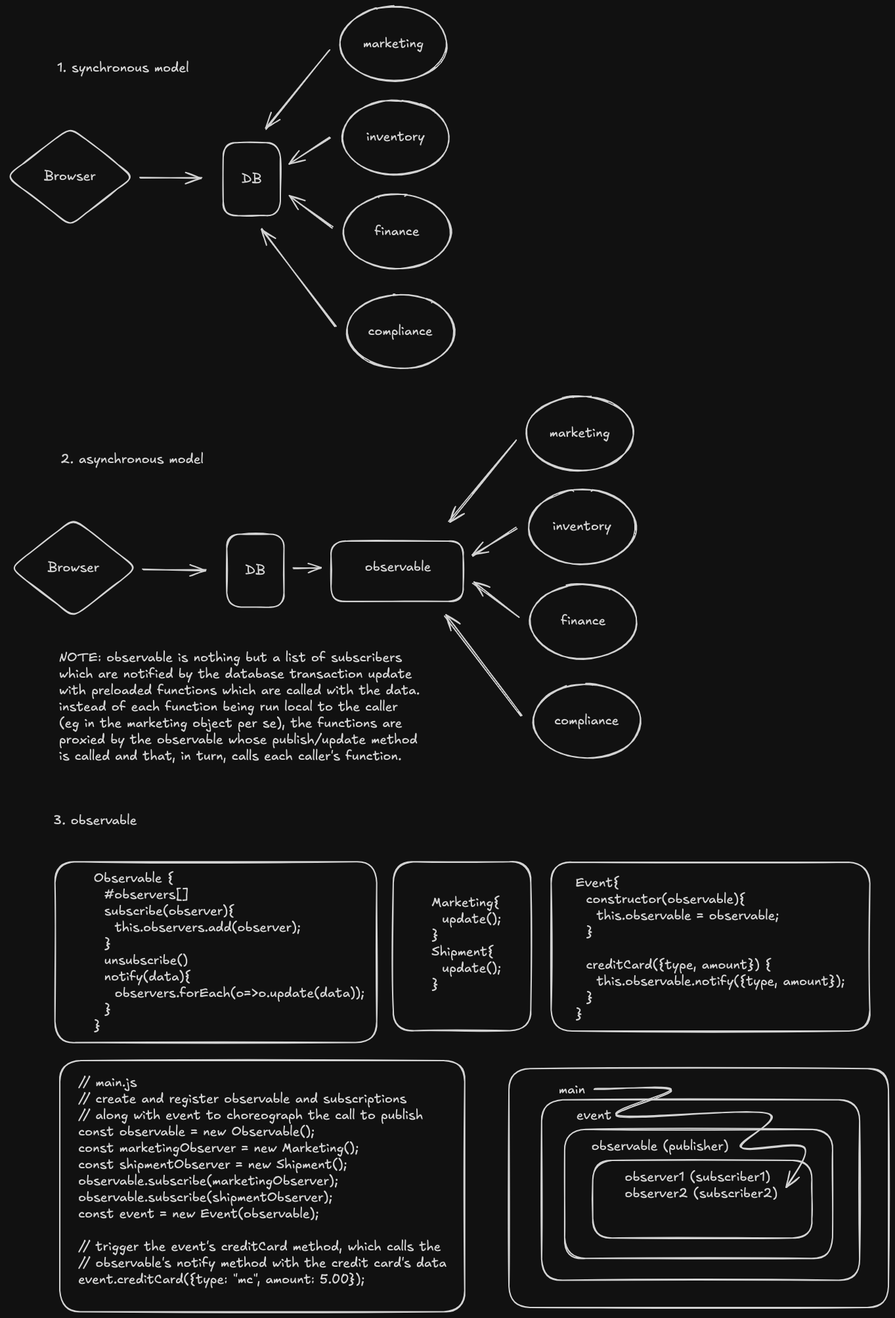
bronifty/js-node-and-web-streams keeps this Excalidraw diagram as js-streams-observable.png. Above is the earlier version. Source tidied: one line per element, renumbered; positions are measured from the earlier drawing's top-left corner, leaving out a move shared by most shapes.
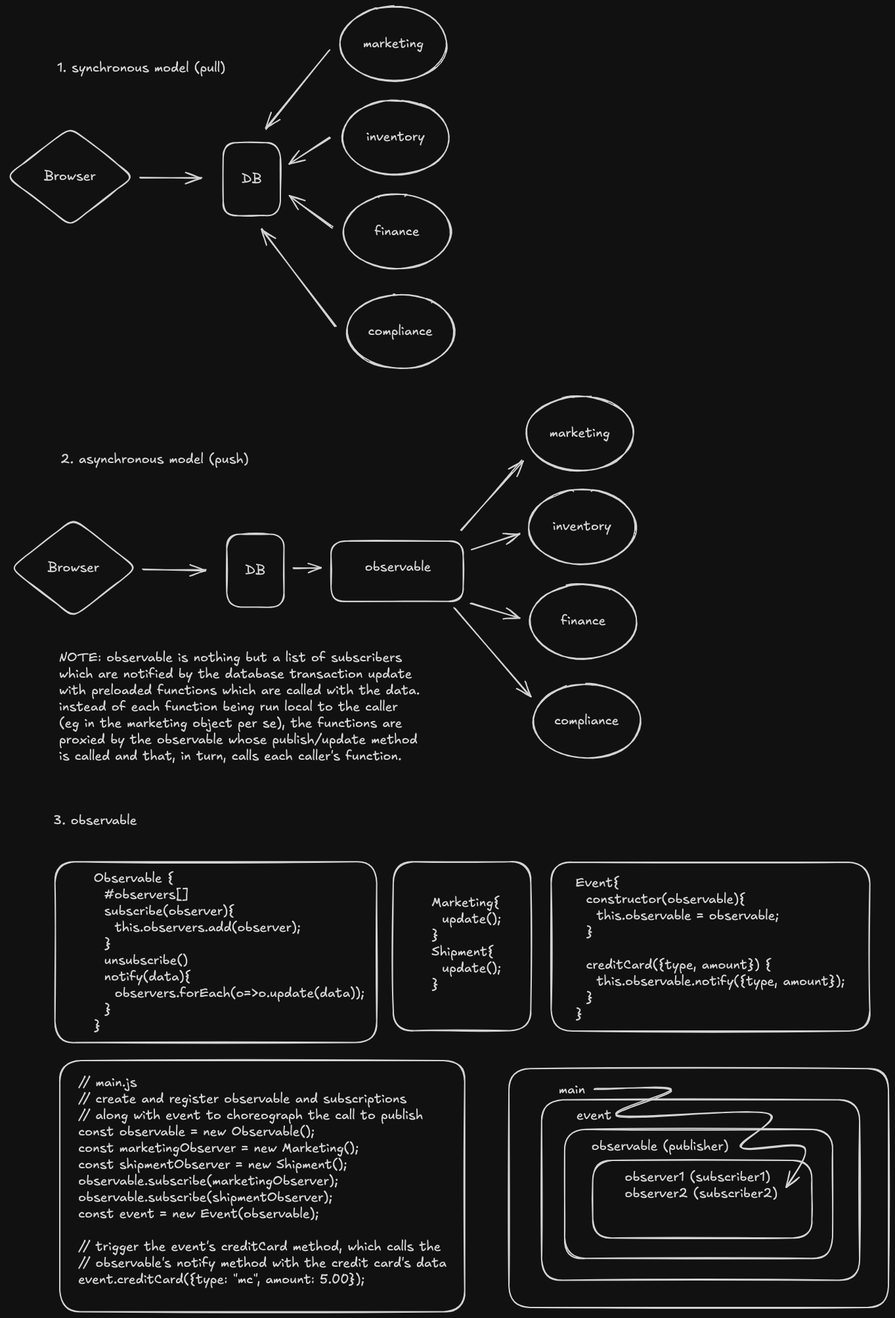
The same file after the commit.

The edit, as a diff of the source:
```diff
@@ -15,7 +15,7 @@
 {"id": 14, "type": "arrow", "strokeColor": "#1e1e1e", "strokeWidth": 2, "roughness": 1, "endArrowhead": "arrow", "round": true, "from": 7, "to": 0, "x": 493, "y": 200, "width": 62, "height": 39, "points": [[0, 0], [-62, 39]]}
 {"id": 15, "type": "arrow", "strokeColor": "#1e1e1e", "strokeWidth": 2, "roughness": 1, "endArrowhead": "arrow", "round": true, "from": 9, "to": 0, "x": 496, "y": 336, "width": 64, "height": 48, "points": [[0, 0], [-64, -48]]}
 {"id": 16, "type": "arrow", "strokeColor": "#1e1e1e", "strokeWidth": 2, "roughness": 1, "endArrowhead": "arrow", "round": true, "from": 11, "to": 0, "x": 500, "y": 486, "width": 113, "height": 147, "points": [[0, 0], [-113, -147]]}
-{"id": 17, "type": "text", "text": "1. synchronous model", "strokeColor": "#1e1e1e", "strokeWidth": 2, "roughness": 1, "fontSize": 20, "fontFamily": 5, "x": 77, "y": 82, "width": 201, "height": 25}
+{"id": 17, "type": "text", "text": "1. synchronous model (pull)", "strokeColor": "#1e1e1e", "strokeWidth": 2, "roughness": 1, "fontSize": 20, "fontFamily": 5, "x": 77, "y": 82, "width": 256, "height": 25}
 {"id": 18, "type": "rectangle", "strokeColor": "#1e1e1e", "strokeWidth": 2, "roughness": 1, "round": true, "x": 335, "y": 804, "width": 87, "height": 111}
 {"id": 19, "type": "text", "text": "DB", "strokeColor": "#1e1e1e", "strokeWidth": 2, "roughness": 1, "fontSize": 20, "fontFamily": 5, "textAlign": "center", "verticalAlign": "middle", "inside": 18, "x": 364, "y": 847, "width": 31, "height": 25}
 {"id": 20, "type": "diamond", "strokeColor": "#1e1e1e", "strokeWidth": 2, "roughness": 1, "round": true, "x": 5, "y": 780, "width": 193, "height": 149}
@@ -29,11 +29,7 @@
 {"id": 28, "type": "text", "text": "finance", "strokeColor": "#1e1e1e", "strokeWidth": 2, "roughness": 1, "fontSize": 20, "fontFamily": 5, "textAlign": "center", "verticalAlign": "middle", "inside": 27, "x": 844, "y": 923, "width": 68, "height": 25}
 {"id": 29, "type": "ellipse", "strokeColor": "#1e1e1e", "strokeWidth": 2, "roughness": 1, "round": true, "x": 802, "y": 1031, "width": 163, "height": 113}
 {"id": 30, "type": "text", "text": "compliance", "strokeColor": "#1e1e1e", "strokeWidth": 2, "roughness": 1, "fontSize": 20, "fontFamily": 5, "textAlign": "center", "verticalAlign": "middle", "inside": 29, "x": 834, "y": 1076, "width": 98, "height": 25}
-{"id": 31, "type": "arrow", "strokeColor": "#1e1e1e", "strokeWidth": 2, "roughness": 1, "endArrowhead": "arrow", "round": true, "from": 23, "x": 776, "y": 661, "width": 101, "height": 124, "points": [[0, 0], [-101, 124]]}
-{"id": 32, "type": "arrow", "strokeColor": "#1e1e1e", "strokeWidth": 2, "roughness": 1, "endArrowhead": "arrow", "round": true, "from": 25, "x": 777, "y": 794, "width": 67, "height": 43, "points": [[0, 0], [-67, 43]]}
-{"id": 33, "type": "arrow", "strokeColor": "#1e1e1e", "strokeWidth": 2, "roughness": 1, "endArrowhead": "arrow", "round": true, "from": 27, "x": 780, "y": 930, "width": 69, "height": 52, "points": [[0, 0], [-69, -52]]}
-{"id": 34, "type": "arrow", "strokeColor": "#1e1e1e", "strokeWidth": 2, "roughness": 1, "endArrowhead": "arrow", "round": true, "from": 29, "x": 784, "y": 1079, "width": 116, "height": 152, "points": [[0, 0], [-116, -152]]}
-{"id": 35, "type": "text", "text": "2. asynchronous model", "strokeColor": "#1e1e1e", "strokeWidth": 2, "roughness": 1, "fontSize": 20, "fontFamily": 5, "x": 83, "y": 678, "width": 218, "height": 25}
+{"id": 35, "type": "text", "text": "2. asynchronous model (push)", "strokeColor": "#1e1e1e", "strokeWidth": 2, "roughness": 1, "fontSize": 20, "fontFamily": 5, "x": 83, "y": 678, "width": 286, "height": 25}
 {"id": 36, "type": "rectangle", "strokeColor": "#1e1e1e", "strokeWidth": 2, "roughness": 1, "round": true, "x": 494, "y": 814, "width": 201, "height": 92}
 {"id": 37, "type": "text", "text": "observable", "strokeColor": "#1e1e1e", "strokeWidth": 2, "roughness": 1, "fontSize": 20, "fontFamily": 5, "x": 546, "y": 842, "width": 101, "height": 25}
 {"id": 38, "type": "arrow", "strokeColor": "#1e1e1e", "strokeWidth": 2, "roughness": 1, "endArrowhead": "arrow", "round": true, "from": 18, "to": 36, "x": 437, "y": 855, "width": 41, "height": 0, "points": [[0, 0], [41, 0]]}
@@ -56,3 +52,7 @@
 {"id": 55, "type": "rectangle", "strokeColor": "#1e1e1e", "strokeWidth": 2, "roughness": 1, "round": true, "x": 893, "y": 1757, "width": 334, "height": 118}
 {"id": 56, "type": "text", "text": "observer1 (subscriber1)\nobserver2 (subscriber2)", "strokeColor": "#1e1e1e", "strokeWidth": 2, "roughness": 1, "fontSize": 20, "fontFamily": 5, "x": 941, "y": 1771, "width": 233, "height": 50}
 {"id": 57, "type": "arrow", "strokeColor": "#1e1e1e", "strokeWidth": 2, "roughness": 1, "endArrowhead": "arrow", "round": true, "from": 50, "to": 56, "x": 903, "y": 1648, "width": 312, "height": 149, "points": [[0, 0], [0, 0], [109, 2], [29, 41], [254, 37], [216, 89], [312, 89], [285, 149]]}
+{"id": 58, "type": "arrow", "strokeColor": "#1e1e1e", "strokeWidth": 2, "roughness": 1, "endArrowhead": "arrow", "round": true, "from": 36, "to": 23, "x": 693, "y": 797, "width": 93, "height": 106, "points": [[0, 0], [93, -106]]}
+{"id": 59, "type": "arrow", "strokeColor": "#1e1e1e", "strokeWidth": 2, "roughness": 1, "endArrowhead": "arrow", "round": true, "from": 36, "to": 25, "x": 708, "y": 826, "width": 72, "height": 23, "points": [[0, 0], [72, -23]]}
+{"id": 60, "type": "arrow", "strokeColor": "#1e1e1e", "strokeWidth": 2, "roughness": 1, "endArrowhead": "arrow", "round": true, "from": 36, "to": 27, "x": 707, "y": 908, "width": 73, "height": 23, "points": [[0, 0], [73, 23]]}
+{"id": 61, "type": "arrow", "strokeColor": "#1e1e1e", "strokeWidth": 2, "roughness": 1, "endArrowhead": "arrow", "round": true, "from": 36, "to": 29, "x": 683, "y": 916, "width": 114, "height": 135, "points": [[0, 0], [114, 135]]}
```
